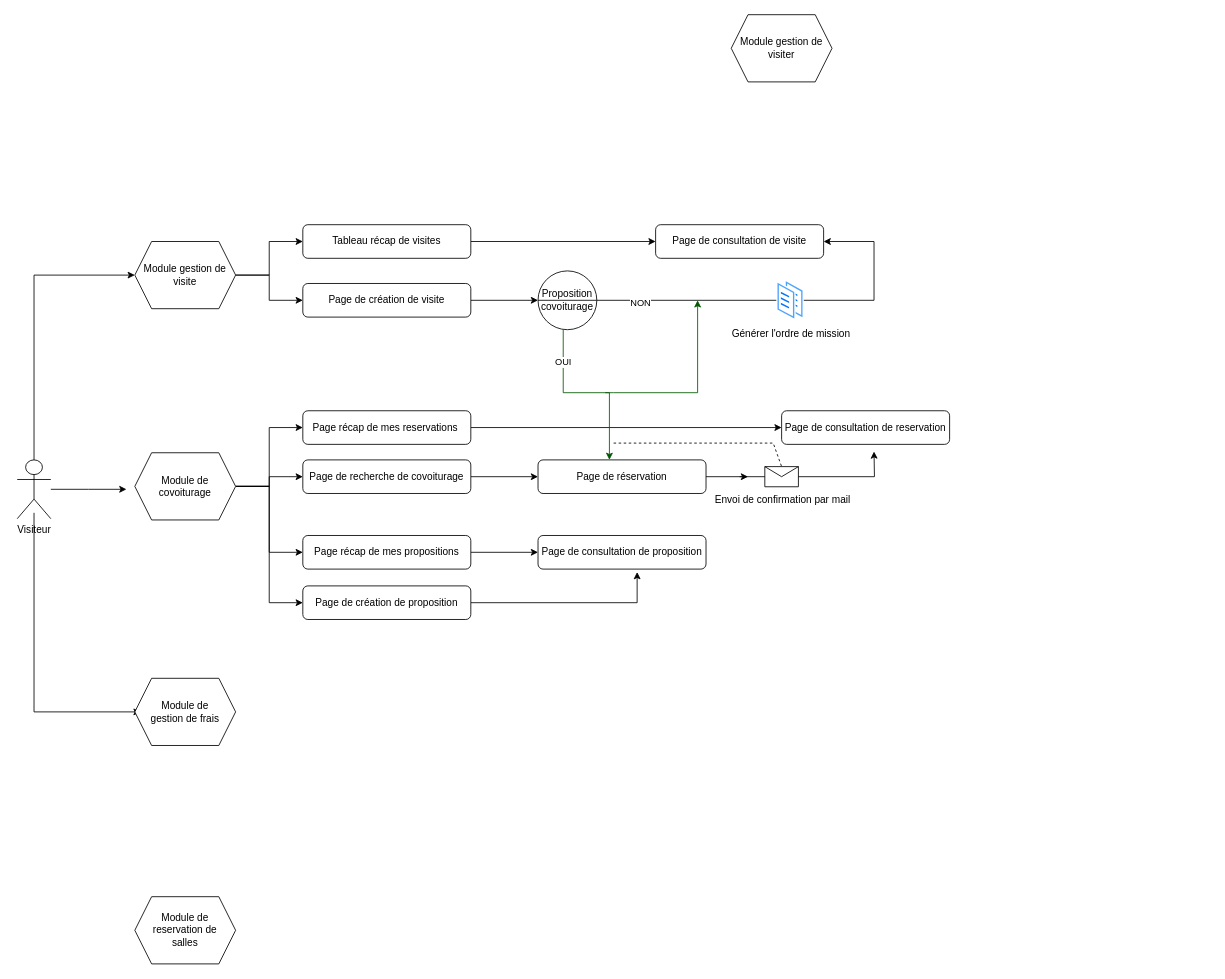
Earlier version of the draw.io diagram documentation/diagram.drawio (IlyasMohetna/GSB_laboratoire). Source tidied: cells renumbered, new cells numbered last; positions are measured from the earlier drawing's top-left corner, leaving out a move shared by most shapes. Both pictures are drawn from the tidied source at 84%, with x=0, y=0 at pixel (17, 14).
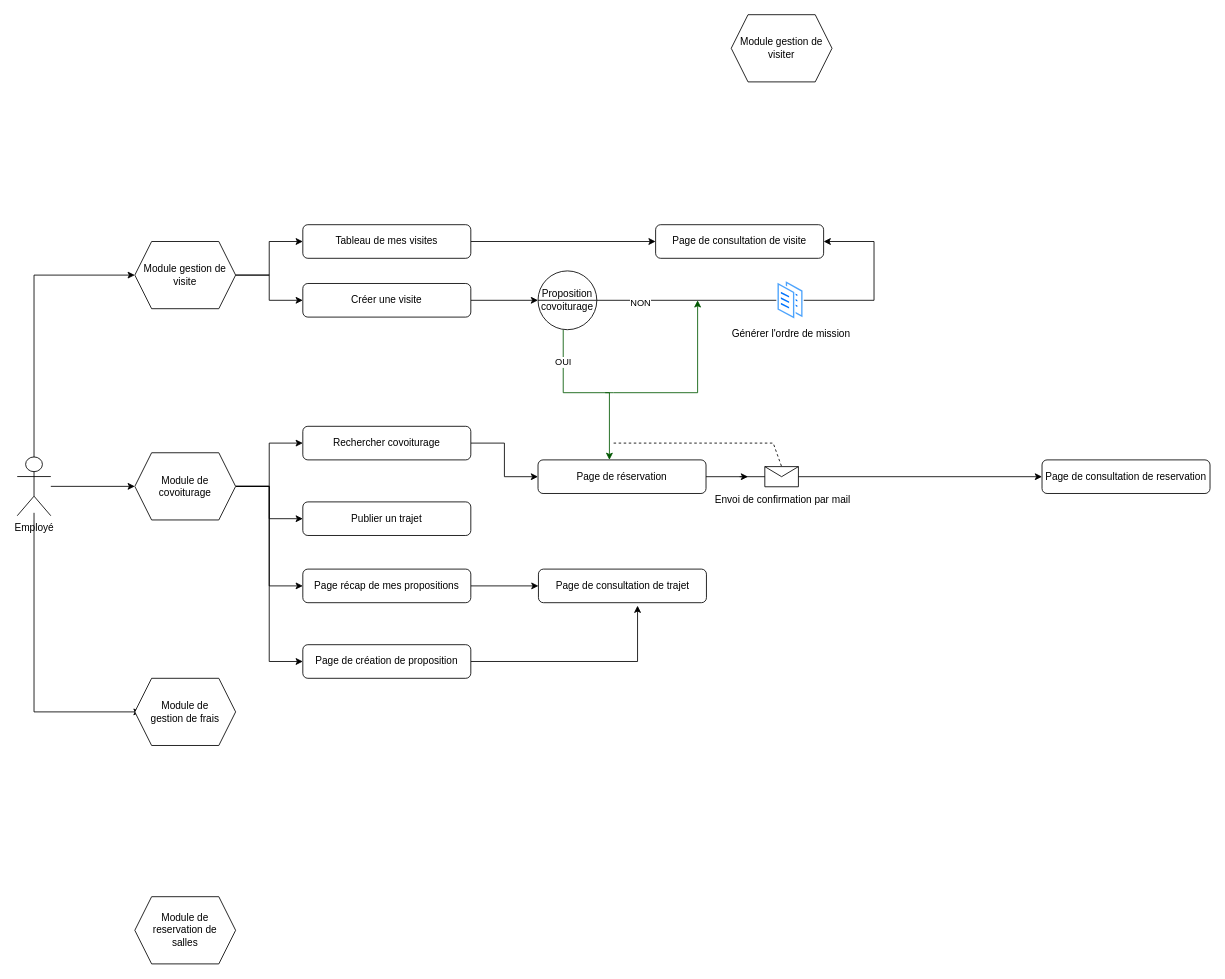
The same page after the edit.

Unchanged cells that the change refers to:
```xml
<mxCell id="17" value="Module de covoiturage" style="shape=hexagon;perimeter=hexagonPerimeter2;whiteSpace=wrap;html=1;fixedSize=1;" parent="1" vertex="1">
  <mxGeometry x="140" y="521.5" width="120" height="80" as="geometry" />
</mxCell>
<mxCell id="24" value="Page de réservation" style="rounded=1;whiteSpace=wrap;html=1;" parent="1" vertex="1">
  <mxGeometry x="620" y="530" width="200" height="40" as="geometry" />
</mxCell>
```

Diff of the diagram source:
```diff
@@
-    <mxCell id="9" value="Page de création de visite" style="rounded=1;whiteSpace=wrap;html=1;" parent="1" vertex="1">
+    <mxCell id="9" value="Créer une visite" style="rounded=1;whiteSpace=wrap;html=1;" parent="1" vertex="1">
       <mxGeometry x="340" y="320" width="200" height="40" as="geometry" />
     </mxCell>
@@
-    <mxCell id="12" value="Tableau récap de visites" style="rounded=1;whiteSpace=wrap;html=1;" parent="1" vertex="1">
+    <mxCell id="12" value="Tableau de mes visites" style="rounded=1;whiteSpace=wrap;html=1;" parent="1" vertex="1">
       <mxGeometry x="340" y="250" width="200" height="40" as="geometry" />
     </mxCell>
@@
     <mxCell id="16" style="edgeStyle=orthogonalEdgeStyle;rounded=0;jettySize=auto;html=1;entryX=0;entryY=0.5;entryDx=0;entryDy=0;" parent="1" edge="1" source="17" target="33">
-      <mxGeometry relative="1" as="geometry" />
+      <mxGeometry relative="1" as="geometry">
+        <Array as="points">
+          <mxPoint x="300" y="562" />
+          <mxPoint x="300" y="770" />
+          <mxPoint x="340" y="770" />
+        </Array>
+      </mxGeometry>
     </mxCell>
@@
-    <mxCell id="22" style="edgeStyle=orthogonalEdgeStyle;rounded=0;jettySize=auto;html=1;" parent="1" edge="1" source="24">
-      <mxGeometry relative="1" as="geometry">
-        <mxPoint x="1020" y="520" as="targetPoint" />
-      </mxGeometry>
-    </mxCell>
@@
+    <mxCell id="49" style="edgeStyle=orthogonalEdgeStyle;rounded=0;jettySize=auto;html=1;entryX=0;entryY=0.5;entryDx=0;entryDy=0;" parent="1" edge="1" source="24" target="25">
+      <mxGeometry relative="1" as="geometry" />
+    </mxCell>
@@
     <mxCell id="25" value="Page de consultation de reservation" style="rounded=1;whiteSpace=wrap;html=1;" parent="1" vertex="1">
-      <mxGeometry x="910" y="471.5" width="200" height="40" as="geometry" />
+      <mxGeometry x="1220" y="530" width="200" height="40" as="geometry" />
     </mxCell>
-    <mxCell id="26" style="edgeStyle=orthogonalEdgeStyle;rounded=0;jettySize=auto;html=1;entryX=0;entryY=0.5;entryDx=0;entryDy=0;" parent="1" edge="1" source="27" target="25">
-      <mxGeometry relative="1" as="geometry" />
-    </mxCell>
-    <mxCell id="27" value="Page récap de mes reservations&amp;nbsp;" style="rounded=1;whiteSpace=wrap;html=1;" parent="1" vertex="1">
-      <mxGeometry x="340" y="471.5" width="200" height="40" as="geometry" />
+    <mxCell id="27" value="Publier un trajet" style="rounded=1;whiteSpace=wrap;html=1;" parent="1" vertex="1">
+      <mxGeometry x="340" y="580" width="200" height="40" as="geometry" />
     </mxCell>
@@
-    <mxCell id="29" value="Page de consultation de proposition" style="rounded=1;whiteSpace=wrap;html=1;" parent="1" vertex="1">
-      <mxGeometry x="620" y="620" width="200" height="40" as="geometry" />
+    <mxCell id="29" value="Page de consultation de trajet" style="rounded=1;whiteSpace=wrap;html=1;" parent="1" vertex="1">
+      <mxGeometry x="620.5" y="660" width="200" height="40" as="geometry" />
     </mxCell>
@@
     <mxCell id="31" value="Page récap de mes propositions" style="rounded=1;whiteSpace=wrap;html=1;" parent="1" vertex="1">
-      <mxGeometry x="340" y="620" width="200" height="40" as="geometry" />
+      <mxGeometry x="340" y="660" width="200" height="40" as="geometry" />
     </mxCell>
@@
     <mxCell id="33" value="Page de création de proposition" style="rounded=1;whiteSpace=wrap;html=1;" parent="1" vertex="1">
-      <mxGeometry x="340" y="680" width="200" height="40" as="geometry" />
+      <mxGeometry x="340" y="750" width="200" height="40" as="geometry" />
     </mxCell>
@@
-    <mxCell id="35" value="Page de recherche de covoiturage" style="rounded=1;whiteSpace=wrap;html=1;" parent="1" vertex="1">
-      <mxGeometry x="340" y="530" width="200" height="40" as="geometry" />
+    <mxCell id="35" value="Rechercher covoiturage" style="rounded=1;whiteSpace=wrap;html=1;" parent="1" vertex="1">
+      <mxGeometry x="340" y="490" width="200" height="40" as="geometry" />
     </mxCell>
@@
-    <mxCell id="47" style="edgeStyle=orthogonalEdgeStyle;rounded=0;jettySize=auto;html=1;" parent="1" edge="1" source="48">
-      <mxGeometry relative="1" as="geometry">
-        <mxPoint x="130" y="565" as="targetPoint" />
-      </mxGeometry>
-    </mxCell>
+    <mxCell id="50" style="edgeStyle=orthogonalEdgeStyle;rounded=0;jettySize=auto;html=1;entryX=0;entryY=0.5;entryDx=0;entryDy=0;" parent="1" edge="1" source="48" target="17">
+      <mxGeometry relative="1" as="geometry" />
+    </mxCell>
-    <mxCell id="48" value="Visiteur" style="shape=umlActor;verticalLabelPosition=bottom;verticalAlign=top;html=1;outlineConnect=0;" parent="1" vertex="1">
-      <mxGeometry y="530" width="40" height="70" as="geometry" />
+    <mxCell id="48" value="Employé" style="shape=umlActor;verticalLabelPosition=bottom;verticalAlign=top;html=1;outlineConnect=0;" parent="1" vertex="1">
+      <mxGeometry y="526.5" width="40" height="70" as="geometry" />
     </mxCell>
```
